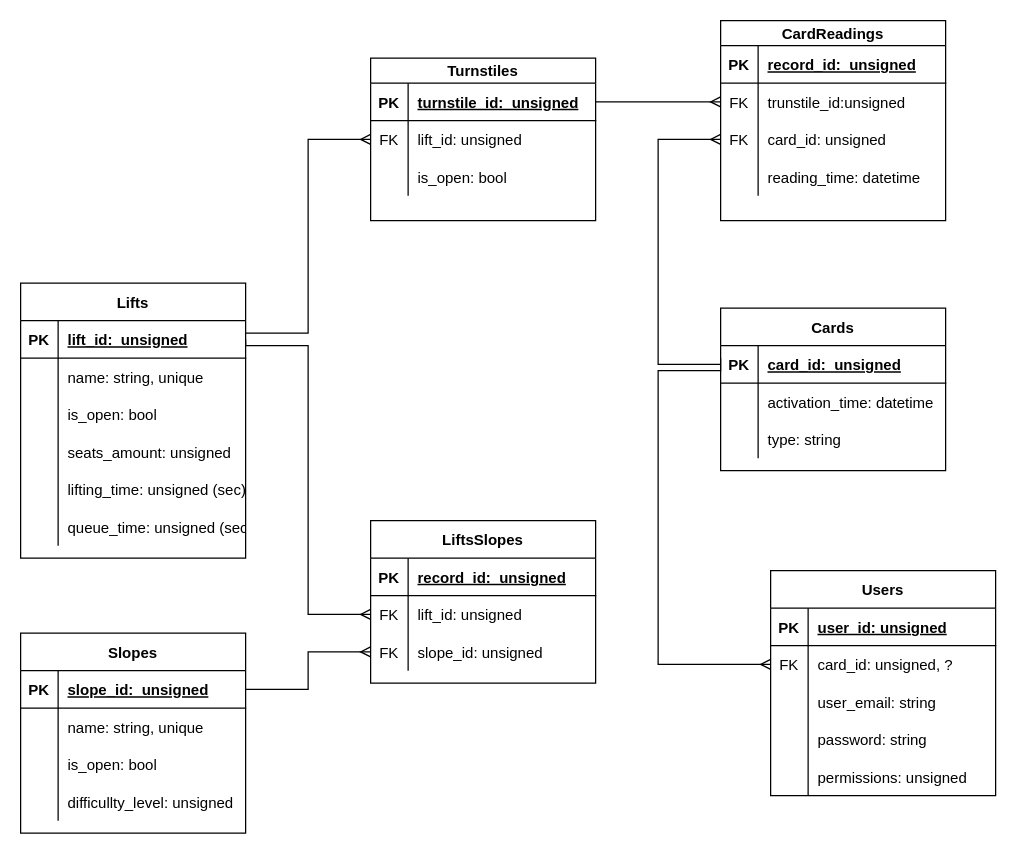
Before: docs/imgs/db/db.drawio in alena-zayts/BMSTU_6sem_software_design, a draw.io diagram. Source tidied: cells renumbered, new cells numbered last; positions are measured from the earlier drawing's top-left corner, leaving out a move shared by most shapes. Both pictures are drawn from the tidied source at 125%, with x=0, y=0 at pixel (20, 20).
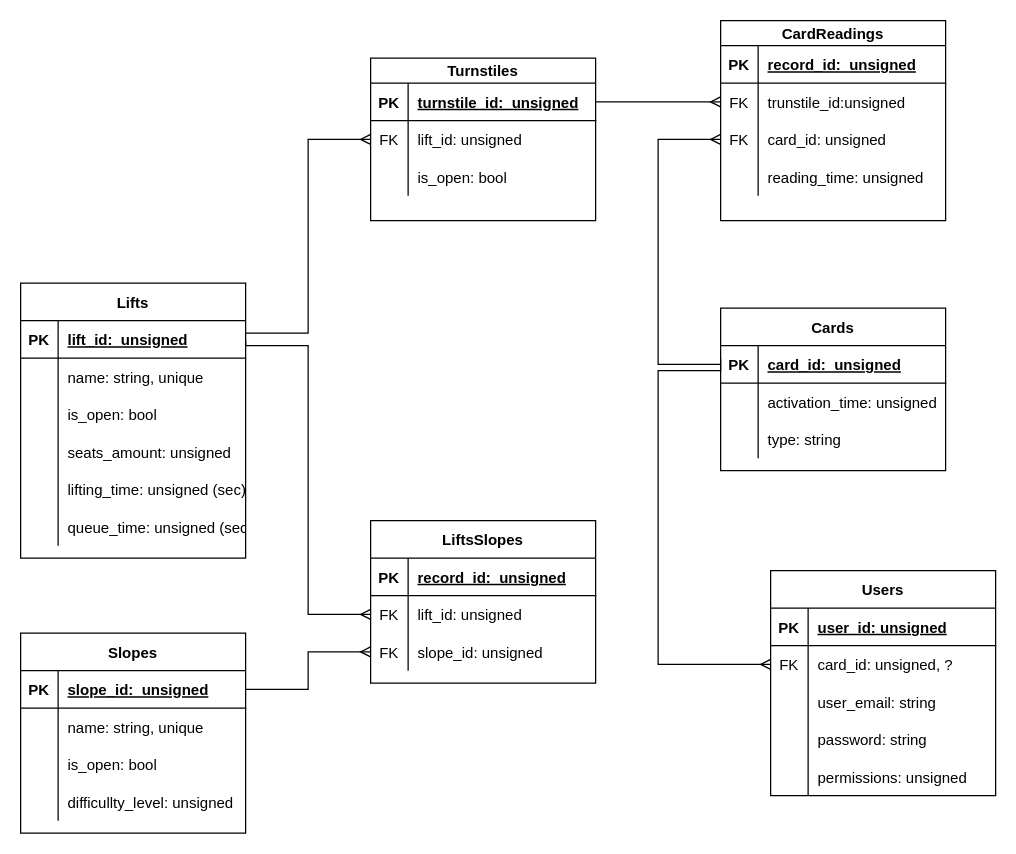
The same page after the edit.

Unchanged cells that the change refers to:
```xml
<mxCell id="22" style="shape=partialRectangle;fillColor=none;top=0;left=0;bottom=0;right=0;" parent="18" vertex="1">
  <mxGeometry y="60" width="180" height="30" as="geometry" />
</mxCell>
<mxCell id="90" style="shape=partialRectangle;fillColor=none;top=0;left=0;bottom=0;right=0;" parent="80" vertex="1">
  <mxGeometry y="110" width="180" height="30" as="geometry" />
</mxCell>
```

Change to the diagram source:
```diff
@@
-    <mxCell id="24" value="activation_time: datetime" style="shape=partialRectangle;fillColor=none;top=0;left=0;bottom=0;right=0;align=left;spacingLeft=6;overflow=hidden;" parent="22" vertex="1">
+    <mxCell id="24" value="activation_time: unsigned" style="shape=partialRectangle;fillColor=none;top=0;left=0;bottom=0;right=0;align=left;spacingLeft=6;overflow=hidden;" parent="22" vertex="1">
       <mxGeometry x="30" width="150" height="30" as="geometry" />
     </mxCell>
@@
-    <mxCell id="92" value="reading_time: datetime" style="shape=partialRectangle;fillColor=none;top=0;left=0;bottom=0;right=0;align=left;spacingLeft=6;overflow=hidden;" parent="90" vertex="1">
+    <mxCell id="92" value="reading_time: unsigned" style="shape=partialRectangle;fillColor=none;top=0;left=0;bottom=0;right=0;align=left;spacingLeft=6;overflow=hidden;" parent="90" vertex="1">
       <mxGeometry x="30" width="150" height="30" as="geometry" />
     </mxCell>
```
